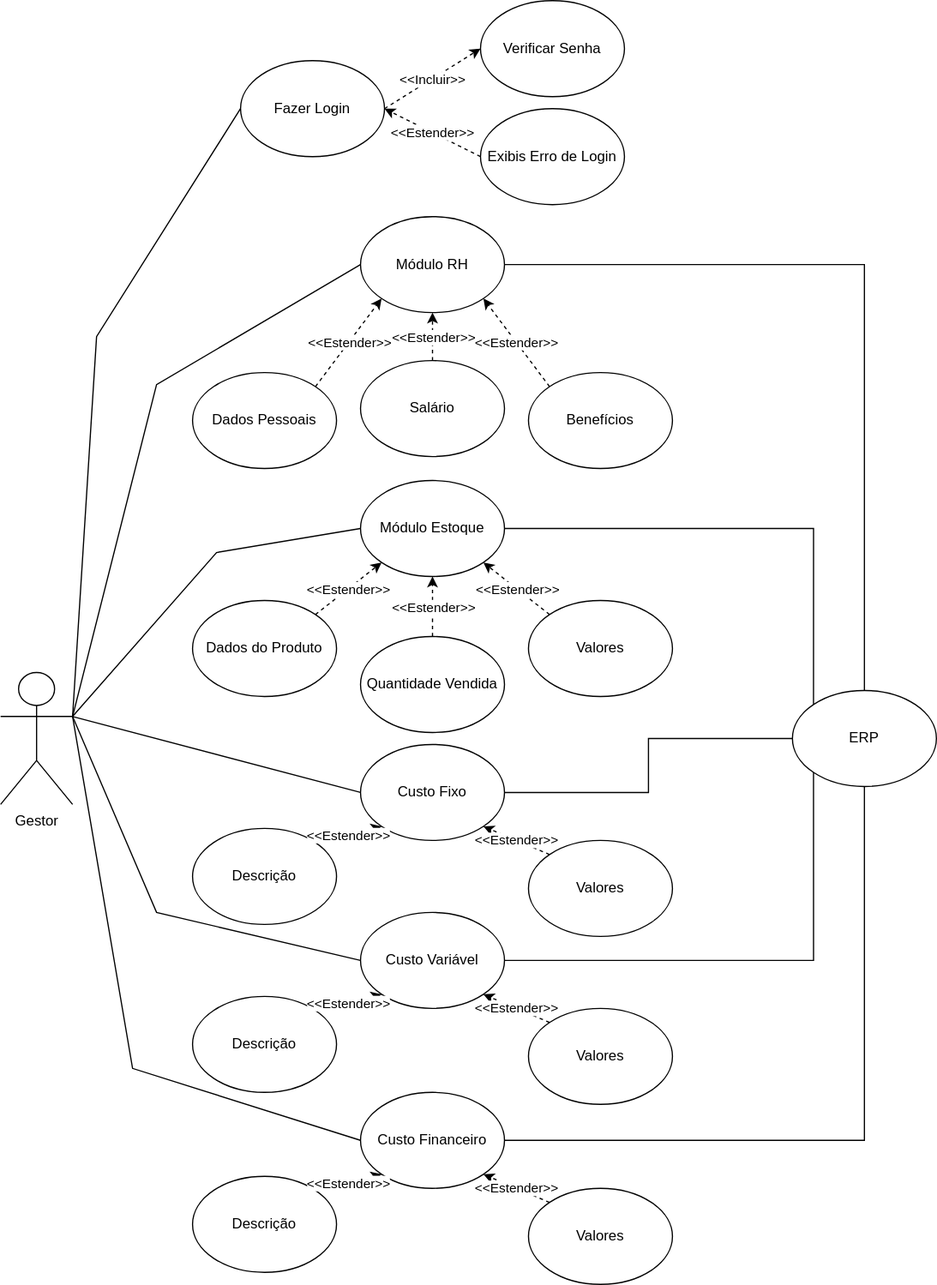
Earlier version of the draw.io export docs/img/Doc/diagrama_casos_uso.svg (ICEI-PUC-Minas-PMV-ADS/pmv-ads-2023-2-e4-proj-dad-t3-projeto). Source tidied: cells renumbered, new cells last; positions are measured from the earlier drawing's top-left corner, leaving out a move shared by most shapes.
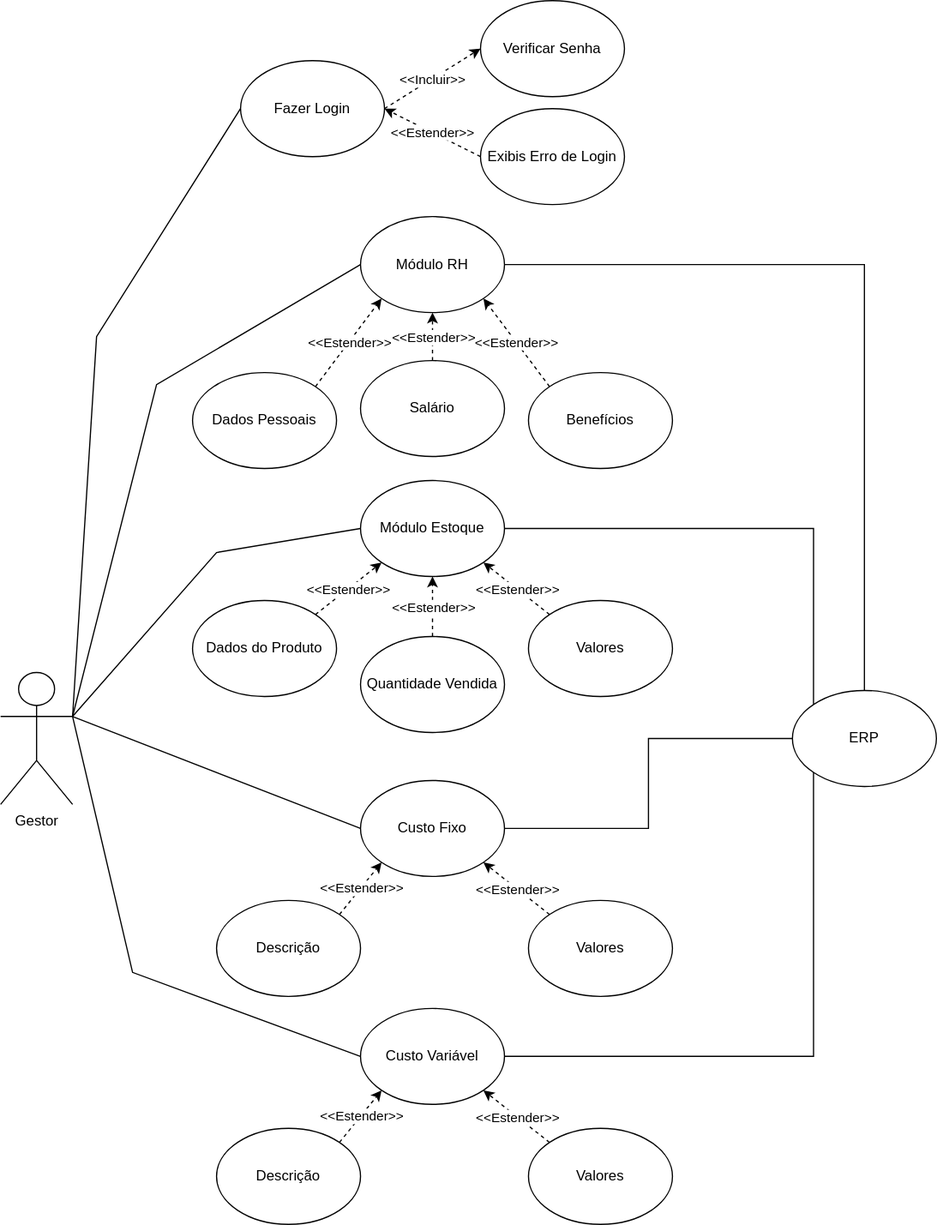
The same diagram one commit later.

Commit message:
Atualização do Diagrama Casos de Uso

Atualização do diagrama de casos de uso

The edit, as a diff of the source:
```diff
@@ -120,13 +120,13 @@
       <mxGeometry relative="1" as="geometry" />
     </mxCell>
     <mxCell id="37" value="Custo Fixo" style="ellipse;whiteSpace=wrap;html=1;" parent="1" vertex="1">
-      <mxGeometry x="300" y="620" width="120" height="80" as="geometry" />
+      <mxGeometry x="300" y="650" width="120" height="80" as="geometry" />
     </mxCell>
     <mxCell id="38" value="Valores" style="ellipse;whiteSpace=wrap;html=1;" parent="1" vertex="1">
-      <mxGeometry x="440" y="700" width="120" height="80" as="geometry" />
+      <mxGeometry x="440" y="750" width="120" height="80" as="geometry" />
     </mxCell>
     <mxCell id="39" value="Descrição" style="ellipse;whiteSpace=wrap;html=1;" parent="1" vertex="1">
-      <mxGeometry x="160" y="690" width="120" height="80" as="geometry" />
+      <mxGeometry x="180" y="750" width="120" height="80" as="geometry" />
     </mxCell>
     <mxCell id="40" style="endArrow=classic;html=1;rounded=0;dashed=1;entryX=1;entryY=1;entryDx=0;entryDy=0;exitX=0;exitY=0;exitDx=0;exitDy=0;" parent="1" edge="1" source="38" target="37">
       <mxGeometry relative="1" as="geometry" />
@@ -144,13 +144,13 @@
       <mxGeometry relative="1" as="geometry" />
     </mxCell>
     <mxCell id="45" value="Custo Variável" style="ellipse;whiteSpace=wrap;html=1;" parent="1" vertex="1">
-      <mxGeometry x="300" y="760" width="120" height="80" as="geometry" />
+      <mxGeometry x="300" y="840" width="120" height="80" as="geometry" />
     </mxCell>
     <mxCell id="46" value="Valores" style="ellipse;whiteSpace=wrap;html=1;" parent="1" vertex="1">
-      <mxGeometry x="440" y="840" width="120" height="80" as="geometry" />
+      <mxGeometry x="440" y="940" width="120" height="80" as="geometry" />
     </mxCell>
     <mxCell id="47" value="Descrição" style="ellipse;whiteSpace=wrap;html=1;" parent="1" vertex="1">
-      <mxGeometry x="160" y="830" width="120" height="80" as="geometry" />
+      <mxGeometry x="180" y="940" width="120" height="80" as="geometry" />
     </mxCell>
     <mxCell id="48" style="endArrow=classic;html=1;rounded=0;dashed=1;entryX=1;entryY=1;entryDx=0;entryDy=0;exitX=0;exitY=0;exitDx=0;exitDy=0;" parent="1" edge="1" source="46" target="45">
       <mxGeometry relative="1" as="geometry" />
@@ -164,44 +164,13 @@
     <mxCell id="51" value="&amp;lt;&amp;lt;Estender&amp;gt;&amp;gt;" style="edgeLabel;html=1;align=center;verticalAlign=middle;" parent="50" vertex="1">
       <mxGeometry relative="1" as="geometry" />
     </mxCell>
-    <mxCell id="52" style="edgeStyle=orthogonalEdgeStyle;rounded=0;jettySize=auto;html=1;exitX=1;exitY=0.5;exitDx=0;exitDy=0;entryX=0.5;entryY=1;entryDx=0;entryDy=0;endArrow=none;endFill=0;" parent="1" edge="1" source="53" target="62">
-      <mxGeometry relative="1" as="geometry" />
-    </mxCell>
-    <mxCell id="53" value="Custo Financeiro" style="ellipse;whiteSpace=wrap;html=1;" parent="1" vertex="1">
-      <mxGeometry x="300" y="910" width="120" height="80" as="geometry" />
-    </mxCell>
-    <mxCell id="54" value="Valores" style="ellipse;whiteSpace=wrap;html=1;" parent="1" vertex="1">
-      <mxGeometry x="440" y="990" width="120" height="80" as="geometry" />
-    </mxCell>
-    <mxCell id="55" value="Descrição" style="ellipse;whiteSpace=wrap;html=1;" parent="1" vertex="1">
-      <mxGeometry x="160" y="980" width="120" height="80" as="geometry" />
-    </mxCell>
-    <mxCell id="56" style="endArrow=classic;html=1;rounded=0;dashed=1;entryX=1;entryY=1;entryDx=0;entryDy=0;exitX=0;exitY=0;exitDx=0;exitDy=0;" parent="1" edge="1" source="54" target="53">
-      <mxGeometry relative="1" as="geometry" />
-    </mxCell>
-    <mxCell id="57" value="&amp;lt;&amp;lt;Estender&amp;gt;&amp;gt;" style="edgeLabel;html=1;align=center;verticalAlign=middle;" parent="56" vertex="1">
-      <mxGeometry relative="1" as="geometry" />
-    </mxCell>
-    <mxCell id="58" style="endArrow=classic;html=1;rounded=0;dashed=1;exitX=1;exitY=0;exitDx=0;exitDy=0;entryX=0;entryY=1;entryDx=0;entryDy=0;" parent="1" edge="1" source="55" target="53">
-      <mxGeometry relative="1" as="geometry" />
-    </mxCell>
-    <mxCell id="59" value="&amp;lt;&amp;lt;Estender&amp;gt;&amp;gt;" style="edgeLabel;html=1;align=center;verticalAlign=middle;" parent="58" vertex="1">
-      <mxGeometry relative="1" as="geometry" />
-    </mxCell>
     <mxCell id="60" style="rounded=0;jettySize=auto;html=1;entryX=0;entryY=0.5;entryDx=0;entryDy=0;endArrow=none;endFill=0;exitX=1;exitY=0.3333333333333333;exitDx=0;exitDy=0;exitPerimeter=0;" parent="1" edge="1" source="3" target="45">
       <mxGeometry relative="1" as="geometry">
         <Array as="points">
-          <mxPoint x="130" y="760" />
+          <mxPoint x="110" y="810" />
         </Array>
       </mxGeometry>
     </mxCell>
-    <mxCell id="61" style="rounded=0;jettySize=auto;html=1;exitX=1;exitY=0.3333333333333333;exitDx=0;exitDy=0;exitPerimeter=0;entryX=0;entryY=0.5;entryDx=0;entryDy=0;endArrow=none;endFill=0;" parent="1" edge="1" source="3" target="53">
-      <mxGeometry relative="1" as="geometry">
-        <Array as="points">
-          <mxPoint x="110" y="890" />
-        </Array>
-      </mxGeometry>
-    </mxCell>
     <mxCell id="62" value="ERP" style="ellipse;whiteSpace=wrap;html=1;" parent="1" vertex="1">
       <mxGeometry x="660" y="575" width="120" height="80" as="geometry" />
     </mxCell>
```
